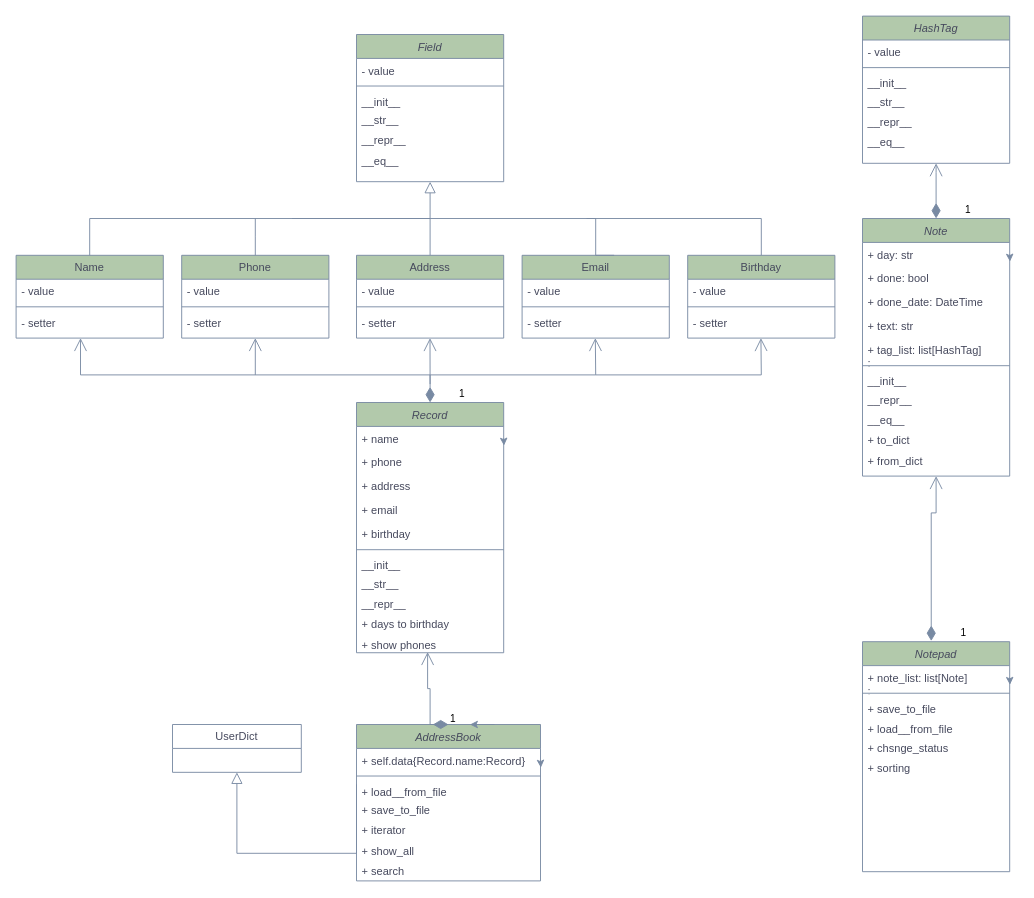
This is Диаграмма без названия.drawio from Nton118/memomind, a draw.io file, before an edit. Source tidied: cells renumbered, new cells numbered last; positions are measured from the earlier drawing's top-left corner, leaving out a move shared by most shapes. Both pictures are drawn from the tidied source at 92%, with x=0, y=0 at pixel (16, 16).
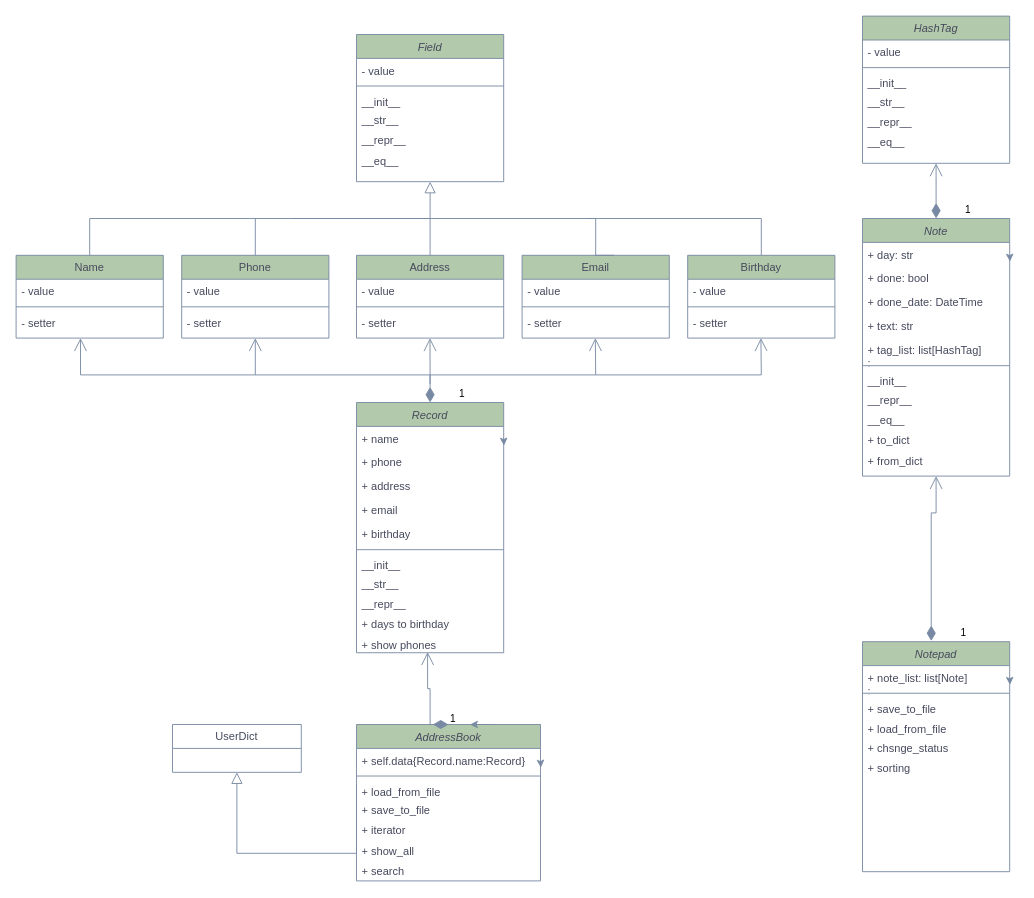
After the change.

Unchanged cells that the change refers to:
```xml
<mxCell id="52" value="AddressBook" style="swimlane;fontStyle=2;align=center;verticalAlign=top;horizontal=1;startSize=26;rounded=0;shadow=0;strokeWidth=1;labelBackgroundColor=none;fillColor=#B2C9AB;strokeColor=#788AA3;fontColor=#46495D;" parent="1" vertex="1">
  <mxGeometry x="370" y="770" width="200" height="170" as="geometry" />
</mxCell>
<mxCell id="86" value="Notepad" style="swimlane;fontStyle=2;align=center;verticalAlign=top;horizontal=1;startSize=26;rounded=0;shadow=0;strokeWidth=1;labelBackgroundColor=none;fillColor=#B2C9AB;strokeColor=#788AA3;fontColor=#46495D;" parent="1" vertex="1">
  <mxGeometry x="920" y="680" width="160" height="250" as="geometry" />
</mxCell>
```

The edit, as a diff of the source:
```diff
@@
-    <mxCell id="55" value="+ load__from_file" style="text;align=left;verticalAlign=top;spacingLeft=4;spacingRight=4;overflow=hidden;labelBackgroundColor=none;fontColor=#46495D;" parent="52" vertex="1">
+    <mxCell id="55" value="+ load_from_file" style="text;align=left;verticalAlign=top;spacingLeft=4;spacingRight=4;overflow=hidden;labelBackgroundColor=none;fontColor=#46495D;" parent="52" vertex="1">
       <mxGeometry y="60" width="200" height="20" as="geometry" />
     </mxCell>
@@
-    <mxCell id="90" value="+ load__from_file" style="text;align=left;verticalAlign=top;spacingLeft=4;spacingRight=4;overflow=hidden;labelBackgroundColor=none;fontColor=#46495D;" parent="86" vertex="1">
+    <mxCell id="90" value="+ load_from_file" style="text;align=left;verticalAlign=top;spacingLeft=4;spacingRight=4;overflow=hidden;labelBackgroundColor=none;fontColor=#46495D;" parent="86" vertex="1">
       <mxGeometry y="82" width="160" height="20" as="geometry" />
     </mxCell>
```
